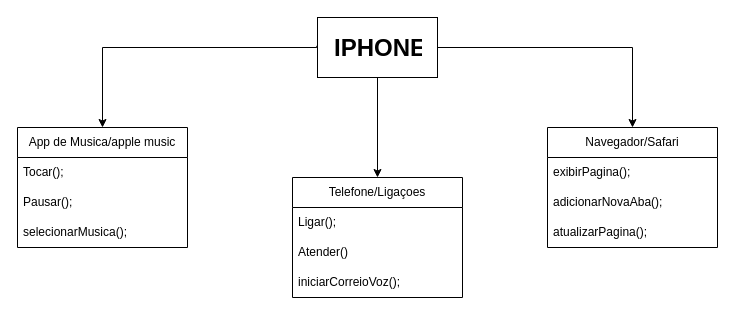
F1lipeFGC/CURSOS-PROJETOS keeps this draw.io diagram as DIO/Iphone.drawio. Above is the earlier version. Source tidied: cells renumbered, new cells numbered last; positions are measured from the earlier drawing's top-left corner, leaving out a move shared by most shapes. Both pictures are drawn from the tidied source at 100%, with x=0, y=0 at pixel (17, 17).
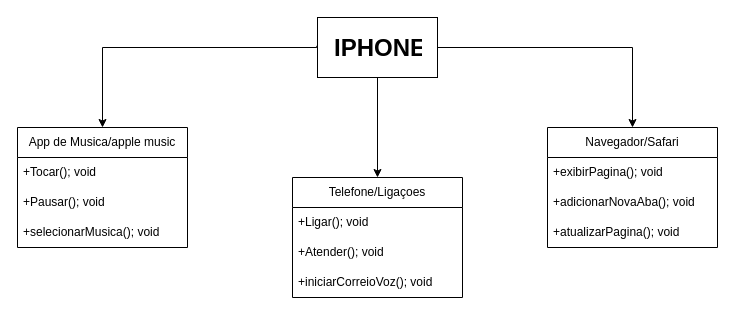
The same diagram, later.

The change refers to these unchanged cells:
```xml
<mxCell id="5" value="App de Musica/apple music" style="swimlane;fontStyle=0;horizontal=1;startSize=30;whiteSpace=wrap;html=1;" parent="1" vertex="1">
  <mxGeometry y="110" width="170" height="120" as="geometry" />
</mxCell>
<mxCell id="9" value="Telefone/Ligaçoes" style="swimlane;fontStyle=0;horizontal=1;startSize=30;whiteSpace=wrap;html=1;" parent="1" vertex="1">
  <mxGeometry x="275" y="160" width="170" height="120" as="geometry" />
</mxCell>
<mxCell id="13" value="Navegador/Safari" style="swimlane;fontStyle=0;horizontal=1;startSize=30;whiteSpace=wrap;html=1;" parent="1" vertex="1">
  <mxGeometry x="530" y="110" width="170" height="120" as="geometry" />
</mxCell>
```

What changed in the source:
```diff
@@
-    <mxCell id="6" value="Tocar();" style="text;strokeColor=none;fillColor=none;align=left;verticalAlign=middle;spacingLeft=4;spacingRight=4;overflow=hidden;whiteSpace=wrap;html=1;" parent="5" vertex="1">
+    <mxCell id="6" value="+Tocar(); void" style="text;strokeColor=none;fillColor=none;align=left;verticalAlign=middle;spacingLeft=4;spacingRight=4;overflow=hidden;whiteSpace=wrap;html=1;" parent="5" vertex="1">
       <mxGeometry y="30" width="170" height="30" as="geometry" />
     </mxCell>
-    <mxCell id="7" value="Pausar();" style="text;strokeColor=none;fillColor=none;align=left;verticalAlign=middle;spacingLeft=4;spacingRight=4;overflow=hidden;whiteSpace=wrap;html=1;" parent="5" vertex="1">
+    <mxCell id="7" value="+Pausar(); void" style="text;strokeColor=none;fillColor=none;align=left;verticalAlign=middle;spacingLeft=4;spacingRight=4;overflow=hidden;whiteSpace=wrap;html=1;" parent="5" vertex="1">
       <mxGeometry y="60" width="170" height="30" as="geometry" />
     </mxCell>
-    <mxCell id="8" value="selecionarMusica();" style="text;strokeColor=none;fillColor=none;align=left;verticalAlign=middle;spacingLeft=4;spacingRight=4;overflow=hidden;whiteSpace=wrap;html=1;" parent="5" vertex="1">
+    <mxCell id="8" value="+selecionarMusica(); void" style="text;strokeColor=none;fillColor=none;align=left;verticalAlign=middle;spacingLeft=4;spacingRight=4;overflow=hidden;whiteSpace=wrap;html=1;" parent="5" vertex="1">
       <mxGeometry y="90" width="170" height="30" as="geometry" />
     </mxCell>
@@
-    <mxCell id="10" value="Ligar();" style="text;strokeColor=none;fillColor=none;align=left;verticalAlign=middle;spacingLeft=4;spacingRight=4;overflow=hidden;whiteSpace=wrap;html=1;" parent="9" vertex="1">
+    <mxCell id="10" value="+Ligar(); void" style="text;strokeColor=none;fillColor=none;align=left;verticalAlign=middle;spacingLeft=4;spacingRight=4;overflow=hidden;whiteSpace=wrap;html=1;" parent="9" vertex="1">
       <mxGeometry y="30" width="170" height="30" as="geometry" />
     </mxCell>
-    <mxCell id="11" value="Atender()" style="text;strokeColor=none;fillColor=none;align=left;verticalAlign=middle;spacingLeft=4;spacingRight=4;overflow=hidden;whiteSpace=wrap;html=1;" parent="9" vertex="1">
+    <mxCell id="11" value="+Atender(); void" style="text;strokeColor=none;fillColor=none;align=left;verticalAlign=middle;spacingLeft=4;spacingRight=4;overflow=hidden;whiteSpace=wrap;html=1;" parent="9" vertex="1">
       <mxGeometry y="60" width="170" height="30" as="geometry" />
     </mxCell>
-    <mxCell id="12" value="iniciarCorreioVoz();" style="text;strokeColor=none;fillColor=none;align=left;verticalAlign=middle;spacingLeft=4;spacingRight=4;overflow=hidden;whiteSpace=wrap;html=1;" parent="9" vertex="1">
+    <mxCell id="12" value="+iniciarCorreioVoz(); void" style="text;strokeColor=none;fillColor=none;align=left;verticalAlign=middle;spacingLeft=4;spacingRight=4;overflow=hidden;whiteSpace=wrap;html=1;" parent="9" vertex="1">
       <mxGeometry y="90" width="170" height="30" as="geometry" />
     </mxCell>
@@
-    <mxCell id="14" value="exibirPagina();&lt;span style=&quot;white-space: pre;&quot;&gt;&#9;&lt;/span&gt;" style="text;strokeColor=none;fillColor=none;align=left;verticalAlign=middle;spacingLeft=4;spacingRight=4;overflow=hidden;whiteSpace=wrap;html=1;" parent="13" vertex="1">
+    <mxCell id="14" value="+exibirPagina(); void&lt;span style=&quot;white-space: pre;&quot;&gt;&#9;&lt;/span&gt;" style="text;strokeColor=none;fillColor=none;align=left;verticalAlign=middle;spacingLeft=4;spacingRight=4;overflow=hidden;whiteSpace=wrap;html=1;" parent="13" vertex="1">
       <mxGeometry y="30" width="170" height="30" as="geometry" />
     </mxCell>
-    <mxCell id="15" value="adicionarNovaAba();" style="text;strokeColor=none;fillColor=none;align=left;verticalAlign=middle;spacingLeft=4;spacingRight=4;overflow=hidden;whiteSpace=wrap;html=1;" parent="13" vertex="1">
+    <mxCell id="15" value="+adicionarNovaAba(); void" style="text;strokeColor=none;fillColor=none;align=left;verticalAlign=middle;spacingLeft=4;spacingRight=4;overflow=hidden;whiteSpace=wrap;html=1;" parent="13" vertex="1">
       <mxGeometry y="60" width="170" height="30" as="geometry" />
     </mxCell>
-    <mxCell id="16" value="atualizarPagina();" style="text;strokeColor=none;fillColor=none;align=left;verticalAlign=middle;spacingLeft=4;spacingRight=4;overflow=hidden;whiteSpace=wrap;html=1;" parent="13" vertex="1">
+    <mxCell id="16" value="+atualizarPagina(); void" style="text;strokeColor=none;fillColor=none;align=left;verticalAlign=middle;spacingLeft=4;spacingRight=4;overflow=hidden;whiteSpace=wrap;html=1;" parent="13" vertex="1">
       <mxGeometry y="90" width="170" height="30" as="geometry" />
     </mxCell>
```
